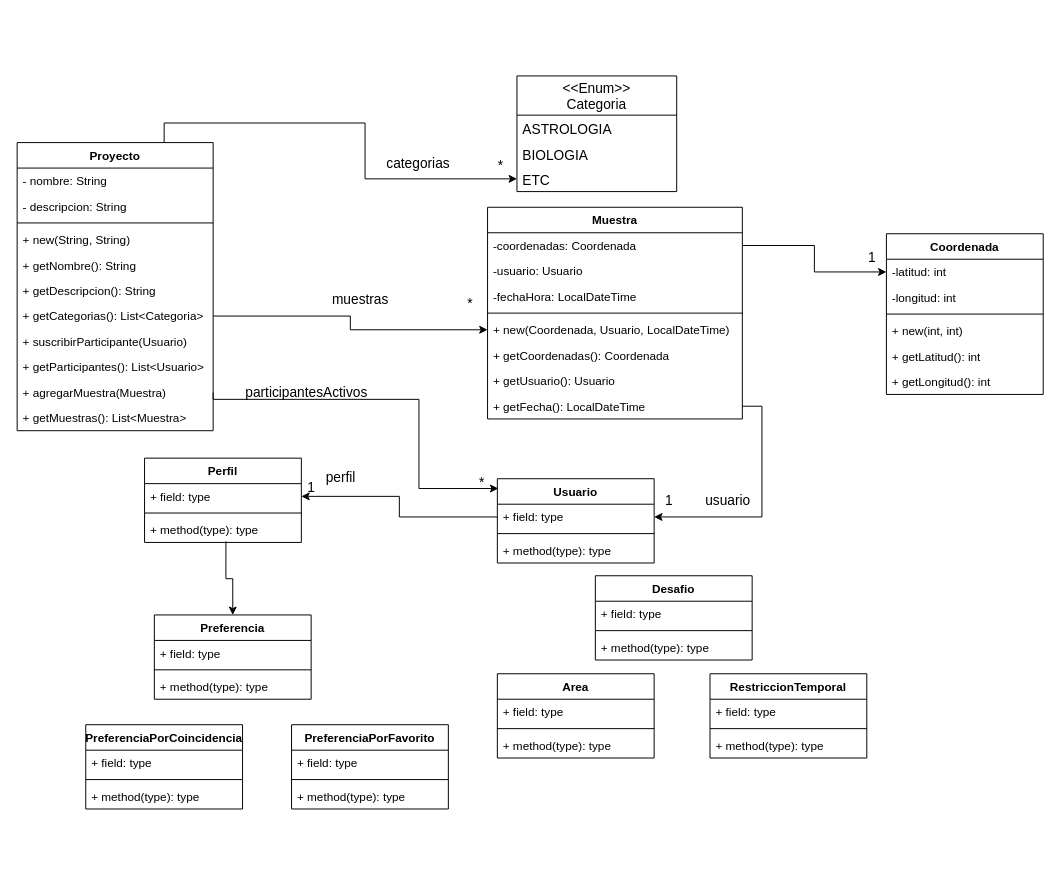
Maxxie12/Unq-po2-TpFinal keeps this draw.io diagram as TPFinal.drawio. Above is the earlier version. Source tidied: cells renumbered, new cells numbered last; positions are measured from the earlier drawing's top-left corner, leaving out a move shared by most shapes. Both pictures are drawn from the tidied source at 98%, with x=0, y=0 at pixel (17, 75).
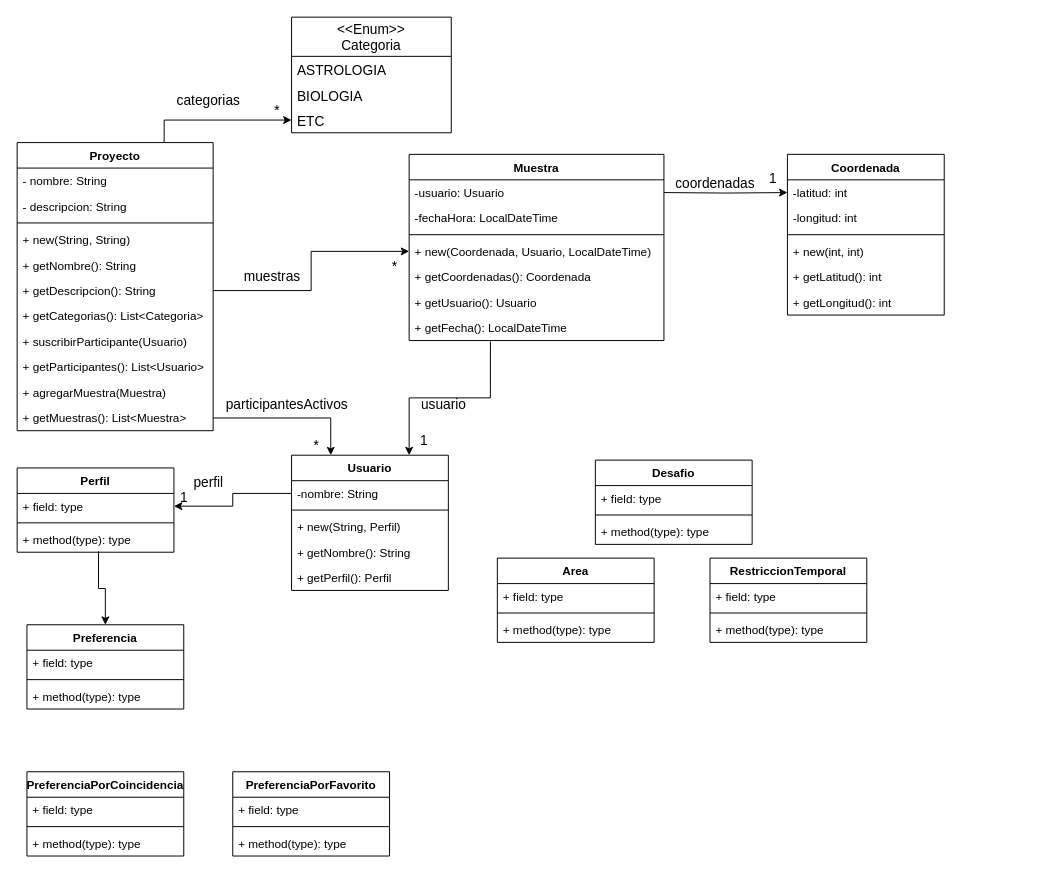
After the change.

Commit message:
Actualizo clase Usuario UML

Unchanged cells that the change refers to:
```xml
<mxCell id="9" value="+ getDescripcion(): String" style="text;strokeColor=none;fillColor=none;align=left;verticalAlign=top;spacingLeft=4;spacingRight=4;overflow=hidden;points=[[0,0.5],[1,0.5]];portConstraint=eastwest;" parent="3" vertex="1">
  <mxGeometry y="138" width="200" height="26" as="geometry" />
</mxCell>
<mxCell id="10" value="+ getCategorias(): List&lt;Categoria&gt;" style="text;strokeColor=none;fillColor=none;align=left;verticalAlign=top;spacingLeft=4;spacingRight=4;overflow=hidden;points=[[0,0.5],[1,0.5]];portConstraint=eastwest;" parent="3" vertex="1">
  <mxGeometry y="164" width="200" height="26" as="geometry" />
</mxCell>
<mxCell id="13" value="+ agregarMuestra(Muestra)" style="text;strokeColor=none;fillColor=none;align=left;verticalAlign=top;spacingLeft=4;spacingRight=4;overflow=hidden;points=[[0,0.5],[1,0.5]];portConstraint=eastwest;" parent="3" vertex="1">
  <mxGeometry y="242" width="200" height="26" as="geometry" />
</mxCell>
<mxCell id="14" value="+ getMuestras(): List&lt;Muestra&gt;" style="text;strokeColor=none;fillColor=none;align=left;verticalAlign=top;spacingLeft=4;spacingRight=4;overflow=hidden;points=[[0,0.5],[1,0.5]];portConstraint=eastwest;" parent="3" vertex="1">
  <mxGeometry y="268" width="200" height="26" as="geometry" />
</mxCell>
<mxCell id="29" value="-latitud: int" style="text;strokeColor=none;fillColor=none;align=left;verticalAlign=top;spacingLeft=4;spacingRight=4;overflow=hidden;points=[[0,0.5],[1,0.5]];portConstraint=eastwest;" parent="28" vertex="1">
  <mxGeometry y="26" width="160" height="26" as="geometry" />
</mxCell>
```

Change to the diagram source:
```diff
@@
     <mxCell id="15" value="Usuario" style="swimlane;fontStyle=1;align=center;verticalAlign=top;horizontal=1;startSize=26;" parent="1" vertex="1">
-      <mxGeometry x="490" y="411" width="160" height="86" as="geometry" />
+      <mxGeometry x="280" y="387" width="160" height="138" as="geometry" />
     </mxCell>
-    <mxCell id="16" value="+ field: type" style="text;strokeColor=none;fillColor=none;align=left;verticalAlign=top;spacingLeft=4;spacingRight=4;overflow=hidden;points=[[0,0.5],[1,0.5]];portConstraint=eastwest;" parent="15" vertex="1">
+    <mxCell id="16" value="-nombre: String" style="text;strokeColor=none;fillColor=none;align=left;verticalAlign=top;spacingLeft=4;spacingRight=4;overflow=hidden;points=[[0,0.5],[1,0.5]];portConstraint=eastwest;" parent="15" vertex="1">
       <mxGeometry y="26" width="160" height="26" as="geometry" />
     </mxCell>
@@
-    <mxCell id="18" value="+ method(type): type" style="text;strokeColor=none;fillColor=none;align=left;verticalAlign=top;spacingLeft=4;spacingRight=4;overflow=hidden;" parent="15" vertex="1">
+    <mxCell id="18" value="+ new(String, Perfil)" style="text;strokeColor=none;fillColor=none;align=left;verticalAlign=top;spacingLeft=4;spacingRight=4;overflow=hidden;" parent="15" vertex="1">
       <mxGeometry y="60" width="160" height="26" as="geometry" />
     </mxCell>
+    <mxCell id="84" value="+ getNombre(): String" style="text;strokeColor=none;fillColor=none;align=left;verticalAlign=top;spacingLeft=4;spacingRight=4;overflow=hidden;" parent="15" vertex="1">
+      <mxGeometry y="86" width="160" height="26" as="geometry" />
+    </mxCell>
+    <mxCell id="85" value="+ getPerfil(): Perfil" style="text;strokeColor=none;fillColor=none;align=left;verticalAlign=top;spacingLeft=4;spacingRight=4;overflow=hidden;" parent="15" vertex="1">
+      <mxGeometry y="112" width="160" height="26" as="geometry" />
+    </mxCell>
     <mxCell id="19" value="Muestra" style="swimlane;fontStyle=1;align=center;verticalAlign=top;horizontal=1;startSize=26;" parent="1" vertex="1">
-      <mxGeometry x="480" y="134" width="260" height="216" as="geometry" />
+      <mxGeometry x="400" y="80" width="260" height="190" as="geometry" />
     </mxCell>
-    <mxCell id="20" value="-coordenadas: Coordenada" style="text;strokeColor=none;fillColor=none;align=left;verticalAlign=top;spacingLeft=4;spacingRight=4;overflow=hidden;points=[[0,0.5],[1,0.5]];portConstraint=eastwest;" parent="19" vertex="1">
-      <mxGeometry y="26" width="260" height="26" as="geometry" />
-    </mxCell>
     <mxCell id="21" value="-usuario: Usuario" style="text;strokeColor=none;fillColor=none;align=left;verticalAlign=top;spacingLeft=4;spacingRight=4;overflow=hidden;" parent="19" vertex="1">
-      <mxGeometry y="52" width="260" height="26" as="geometry" />
+      <mxGeometry y="26" width="260" height="26" as="geometry" />
     </mxCell>
     <mxCell id="22" value="-fechaHora: LocalDateTime" style="text;strokeColor=none;fillColor=none;align=left;verticalAlign=top;spacingLeft=4;spacingRight=4;overflow=hidden;" parent="19" vertex="1">
-      <mxGeometry y="78" width="260" height="26" as="geometry" />
+      <mxGeometry y="52" width="260" height="26" as="geometry" />
     </mxCell>
     <mxCell id="23" style="line;strokeWidth=1;fillColor=none;align=left;verticalAlign=middle;spacingTop=-1;spacingLeft=3;spacingRight=3;labelPosition=right;strokeColor=inherit;" parent="19" vertex="1">
-      <mxGeometry y="104" width="260" height="8" as="geometry" />
+      <mxGeometry y="78" width="260" height="8" as="geometry" />
     </mxCell>
     <mxCell id="24" value="+ new(Coordenada, Usuario, LocalDateTime)" style="text;strokeColor=none;fillColor=none;align=left;verticalAlign=top;spacingLeft=4;spacingRight=4;overflow=hidden;points=[[0,0.5],[1,0.5]];portConstraint=eastwest;" parent="19" vertex="1">
-      <mxGeometry y="112" width="260" height="26" as="geometry" />
+      <mxGeometry y="86" width="260" height="26" as="geometry" />
     </mxCell>
     <mxCell id="25" value="+ getCoordenadas(): Coordenada" style="text;strokeColor=none;fillColor=none;align=left;verticalAlign=top;spacingLeft=4;spacingRight=4;overflow=hidden;" parent="19" vertex="1">
-      <mxGeometry y="138" width="260" height="26" as="geometry" />
+      <mxGeometry y="112" width="260" height="26" as="geometry" />
     </mxCell>
     <mxCell id="26" value="+ getUsuario(): Usuario" style="text;strokeColor=none;fillColor=none;align=left;verticalAlign=top;spacingLeft=4;spacingRight=4;overflow=hidden;" parent="19" vertex="1">
-      <mxGeometry y="164" width="260" height="26" as="geometry" />
+      <mxGeometry y="138" width="260" height="26" as="geometry" />
     </mxCell>
     <mxCell id="27" value="+ getFecha(): LocalDateTime" style="text;strokeColor=none;fillColor=none;align=left;verticalAlign=top;spacingLeft=4;spacingRight=4;overflow=hidden;points=[[0,0.5],[1,0.5]];portConstraint=eastwest;" parent="19" vertex="1">
-      <mxGeometry y="190" width="260" height="26" as="geometry" />
+      <mxGeometry y="164" width="260" height="26" as="geometry" />
     </mxCell>
     <mxCell id="28" value="Coordenada" style="swimlane;fontStyle=1;align=center;verticalAlign=top;horizontal=1;startSize=26;" parent="1" vertex="1">
-      <mxGeometry x="887" y="161" width="160" height="164" as="geometry" />
+      <mxGeometry x="786" y="80" width="160" height="164" as="geometry" />
     </mxCell>
@@
     <mxCell id="35" value="Perfil" style="swimlane;fontStyle=1;align=center;verticalAlign=top;horizontal=1;startSize=26;" parent="1" vertex="1">
-      <mxGeometry x="130" y="390" width="160" height="86" as="geometry" />
+      <mxGeometry y="400" width="160" height="86" as="geometry" />
     </mxCell>
@@
     <mxCell id="39" value="Preferencia" style="swimlane;fontStyle=1;align=center;verticalAlign=top;horizontal=1;startSize=26;" parent="1" vertex="1">
-      <mxGeometry x="140" y="550" width="160" height="86" as="geometry" />
+      <mxGeometry x="10" y="560" width="160" height="86" as="geometry" />
     </mxCell>
@@
     <mxCell id="45" value="PreferenciaPorFavorito" style="swimlane;fontStyle=1;align=center;verticalAlign=top;horizontal=1;startSize=26;" parent="1" vertex="1">
-      <mxGeometry x="280" y="662" width="160" height="86" as="geometry" />
+      <mxGeometry x="220" y="710" width="160" height="86" as="geometry" />
     </mxCell>
@@
     <mxCell id="49" value="PreferenciaPorCoincidencia" style="swimlane;fontStyle=1;align=center;verticalAlign=top;horizontal=1;startSize=26;" parent="1" vertex="1">
-      <mxGeometry x="70" y="662" width="160" height="86" as="geometry" />
+      <mxGeometry x="10" y="710" width="160" height="86" as="geometry" />
     </mxCell>
@@
     <mxCell id="53" value="Desafio" style="swimlane;fontStyle=1;align=center;verticalAlign=top;horizontal=1;startSize=26;" parent="1" vertex="1">
-      <mxGeometry x="590" y="510" width="160" height="86" as="geometry" />
+      <mxGeometry x="590" y="392" width="160" height="86" as="geometry" />
     </mxCell>
@@
     <mxCell id="57" value="RestriccionTemporal" style="swimlane;fontStyle=1;align=center;verticalAlign=top;horizontal=1;startSize=26;" parent="1" vertex="1">
-      <mxGeometry x="707" y="610" width="160" height="86" as="geometry" />
+      <mxGeometry x="707" y="492" width="160" height="86" as="geometry" />
     </mxCell>
@@
     <mxCell id="61" value="Area" style="swimlane;fontStyle=1;align=center;verticalAlign=top;horizontal=1;startSize=26;" parent="1" vertex="1">
-      <mxGeometry x="490" y="610" width="160" height="86" as="geometry" />
+      <mxGeometry x="490" y="492" width="160" height="86" as="geometry" />
     </mxCell>
@@
-    <mxCell id="65" style="edgeStyle=orthogonalEdgeStyle;rounded=0;jettySize=auto;html=1;exitX=1;exitY=0.5;exitDx=0;exitDy=0;entryX=0;entryY=0.5;entryDx=0;entryDy=0;fontSize=14;" parent="1" edge="1" source="20" target="29">
-      <mxGeometry relative="1" as="geometry" />
+    <mxCell id="65" style="edgeStyle=orthogonalEdgeStyle;rounded=0;jettySize=auto;html=1;exitX=1;exitY=0.5;exitDx=0;exitDy=0;entryX=0;entryY=0.5;entryDx=0;entryDy=0;fontSize=14;" parent="1" edge="1" target="29">
+      <mxGeometry relative="1" as="geometry">
+        <mxPoint x="660" y="119" as="sourcePoint" />
+      </mxGeometry>
     </mxCell>
     <mxCell id="66" value="categorias" style="text;html=1;align=center;verticalAlign=middle;strokeColor=none;fillColor=none;fontSize=14;" parent="1" vertex="1">
-      <mxGeometry x="364" y="74" width="90" height="30" as="geometry" />
+      <mxGeometry x="150" y="10" width="90" height="30" as="geometry" />
     </mxCell>
     <mxCell id="67" value="*" style="text;html=1;align=center;verticalAlign=middle;strokeColor=none;fillColor=none;fontSize=14;" parent="1" vertex="1">
-      <mxGeometry x="478" y="76" width="30" height="30" as="geometry" />
+      <mxGeometry x="250" y="20" width="30" height="30" as="geometry" />
     </mxCell>
     <mxCell id="68" value="*" style="text;html=1;align=center;verticalAlign=middle;strokeColor=none;fillColor=none;fontSize=14;" parent="1" vertex="1">
-      <mxGeometry x="447" y="217" width="30" height="30" as="geometry" />
+      <mxGeometry x="370" y="180" width="30" height="30" as="geometry" />
     </mxCell>
     <mxCell id="69" value="muestras" style="text;html=1;align=center;verticalAlign=middle;strokeColor=none;fillColor=none;fontSize=14;" parent="1" vertex="1">
-      <mxGeometry x="310" y="213" width="80" height="30" as="geometry" />
+      <mxGeometry x="220" y="190" width="80" height="30" as="geometry" />
     </mxCell>
-    <mxCell id="70" style="edgeStyle=orthogonalEdgeStyle;rounded=0;jettySize=auto;html=1;exitX=1;exitY=0.5;exitDx=0;exitDy=0;entryX=0.006;entryY=0.116;entryDx=0;entryDy=0;entryPerimeter=0;fontSize=14;" parent="1" edge="1" source="13" target="15">
-      <mxGeometry relative="1" as="geometry">
-        <Array as="points">
-          <mxPoint x="200" y="330" />
-          <mxPoint x="410" y="330" />
-          <mxPoint x="410" y="421" />
-        </Array>
-      </mxGeometry>
-    </mxCell>
     <mxCell id="71" value="*" style="text;html=1;align=center;verticalAlign=middle;strokeColor=none;fillColor=none;fontSize=14;" parent="1" vertex="1">
-      <mxGeometry x="459" y="400" width="30" height="30" as="geometry" />
+      <mxGeometry x="290" y="362" width="30" height="30" as="geometry" />
     </mxCell>
     <mxCell id="72" value="participantesActivos" style="text;html=1;align=center;verticalAlign=middle;strokeColor=none;fillColor=none;fontSize=14;" parent="1" vertex="1">
-      <mxGeometry x="220" y="308" width="150" height="30" as="geometry" />
+      <mxGeometry x="200" y="320" width="150" height="30" as="geometry" />
     </mxCell>
     <mxCell id="73" value="perfil" style="text;html=1;align=center;verticalAlign=middle;strokeColor=none;fillColor=none;fontSize=14;" parent="1" vertex="1">
-      <mxGeometry x="305" y="395" width="50" height="30" as="geometry" />
+      <mxGeometry x="170" y="400" width="50" height="30" as="geometry" />
     </mxCell>
     <mxCell id="74" value="usuario" style="text;html=1;align=center;verticalAlign=middle;strokeColor=none;fillColor=none;fontSize=14;" parent="1" vertex="1">
-      <mxGeometry x="690" y="418" width="70" height="30" as="geometry" />
+      <mxGeometry x="400" y="320" width="70" height="30" as="geometry" />
     </mxCell>
     <mxCell id="75" value="1" style="text;html=1;align=center;verticalAlign=middle;strokeColor=none;fillColor=none;fontSize=14;" parent="1" vertex="1">
-      <mxGeometry x="650" y="418" width="30" height="30" as="geometry" />
+      <mxGeometry x="400" y="357" width="30" height="30" as="geometry" />
     </mxCell>
     <mxCell id="76" value="1" style="text;html=1;align=center;verticalAlign=middle;strokeColor=none;fillColor=none;fontSize=14;" parent="1" vertex="1">
-      <mxGeometry x="857" y="170" width="30" height="30" as="geometry" />
+      <mxGeometry x="756" y="90" width="30" height="30" as="geometry" />
     </mxCell>
     <mxCell id="77" value="1" style="text;html=1;align=center;verticalAlign=middle;strokeColor=none;fillColor=none;fontSize=14;" parent="1" vertex="1">
-      <mxGeometry x="285" y="405" width="30" height="30" as="geometry" />
+      <mxGeometry x="155" y="415" width="30" height="30" as="geometry" />
     </mxCell>
-    <mxCell id="78" style="edgeStyle=orthogonalEdgeStyle;rounded=0;jettySize=auto;html=1;exitX=1;exitY=0.5;exitDx=0;exitDy=0;entryX=0;entryY=0.5;entryDx=0;entryDy=0;fontSize=14;" parent="1" edge="1" source="10" target="24">
+    <mxCell id="78" style="edgeStyle=orthogonalEdgeStyle;rounded=0;jettySize=auto;html=1;exitX=1;exitY=0.5;exitDx=0;exitDy=0;entryX=0;entryY=0.5;entryDx=0;entryDy=0;fontSize=14;" parent="1" edge="1" source="9" target="24">
       <mxGeometry relative="1" as="geometry" />
     </mxCell>
-    <mxCell id="79" style="edgeStyle=orthogonalEdgeStyle;rounded=0;jettySize=auto;html=1;exitX=1;exitY=0.5;exitDx=0;exitDy=0;entryX=1;entryY=0.5;entryDx=0;entryDy=0;fontSize=14;" parent="1" edge="1" source="27" target="16">
-      <mxGeometry relative="1" as="geometry" />
-    </mxCell>
     <mxCell id="80" value="&lt;&lt;Enum&gt;&gt;&#10;Categoria" style="swimlane;fontStyle=0;horizontal=1;startSize=40;fillColor=none;fontSize=14;" parent="1" vertex="1">
-      <mxGeometry x="510" width="163" height="118" as="geometry" />
+      <mxGeometry x="280" y="-60" width="163" height="118" as="geometry" />
     </mxCell>
@@
+    <mxCell id="86" value="coordenadas" style="text;html=1;align=center;verticalAlign=middle;strokeColor=none;fillColor=none;fontSize=14;" parent="1" vertex="1">
+      <mxGeometry x="662" y="95" width="100" height="30" as="geometry" />
+    </mxCell>
+    <mxCell id="87" style="edgeStyle=orthogonalEdgeStyle;rounded=0;jettySize=auto;html=1;exitX=1;exitY=0.5;exitDx=0;exitDy=0;entryX=0.25;entryY=0;entryDx=0;entryDy=0;fontSize=14;" parent="1" edge="1" source="14" target="15">
+      <mxGeometry relative="1" as="geometry" />
+    </mxCell>
+    <mxCell id="88" style="edgeStyle=orthogonalEdgeStyle;rounded=0;jettySize=auto;html=1;exitX=0.319;exitY=1.038;exitDx=0;exitDy=0;entryX=0.75;entryY=0;entryDx=0;entryDy=0;fontSize=14;exitPerimeter=0;" parent="1" edge="1" source="27" target="15">
+      <mxGeometry relative="1" as="geometry" />
+    </mxCell>
```
